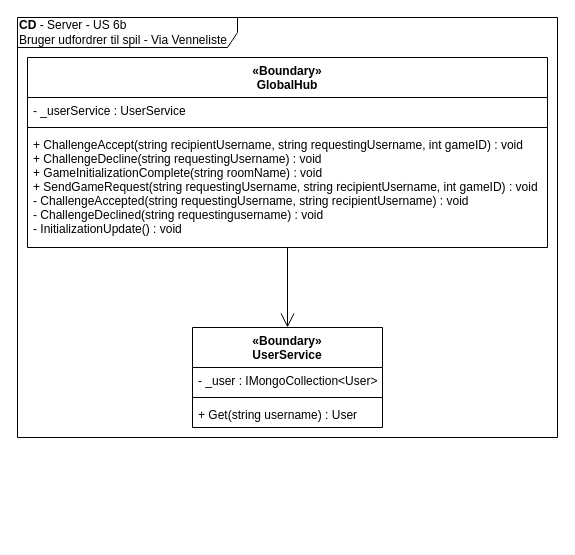
The draw.io diagram page "CD-Server" (3 of 3) of diagrams/arkitektur/US6b_challenge-friendslist.drawio in Macradon/I7BAC-PlugNPlay, before the edit. Source tidied: cells renumbered, new cells numbered last; positions are measured from the earlier drawing's top-left corner, leaving out a move shared by most shapes. Both pictures are drawn from the tidied source at 100%, with x=0, y=0 at pixel (17, 17).
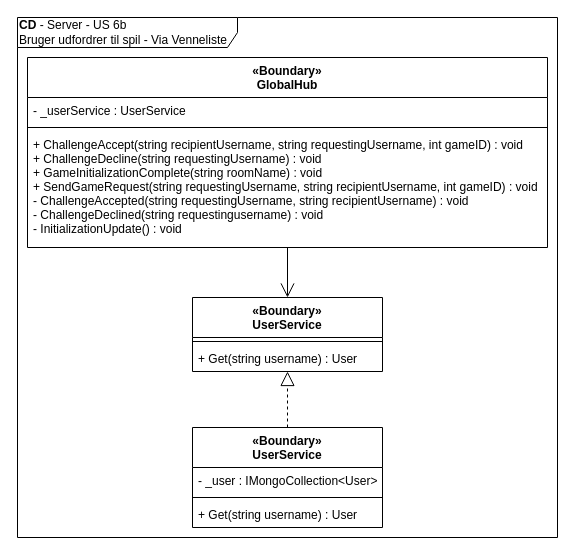
The same diagram, later.

Change to the diagram source:
```diff
@@
 <mxGraphModel>
   <root>
     <mxCell id="0" />
     <mxCell id="1" parent="0" />
     <mxCell id="2" value="&lt;b&gt;CD&lt;/b&gt;&amp;nbsp;- Server&amp;nbsp;- US 6b&lt;br&gt;Bruger udfordrer til spil - Via Venneliste" style="shape=umlFrame;whiteSpace=wrap;html=1;labelBackgroundColor=#ffffff;align=left;width=220;height=30;" parent="1" vertex="1">
-      <mxGeometry width="540" height="420" as="geometry" />
+      <mxGeometry width="540" height="520" as="geometry" />
     </mxCell>
-    <mxCell id="3" style="edgeStyle=orthogonalEdgeStyle;rounded=0;jettySize=auto;html=1;endArrow=open;endFill=0;endSize=12;" parent="1" edge="1" source="4" target="8">
+    <mxCell id="3" style="edgeStyle=orthogonalEdgeStyle;rounded=0;jettySize=auto;html=1;endArrow=open;endFill=0;endSize=12;" parent="1" edge="1" source="4" target="13">
       <mxGeometry relative="1" as="geometry" />
     </mxCell>
     <mxCell id="4" value="«Boundary»&#10;GlobalHub" style="swimlane;fontStyle=1;align=center;verticalAlign=top;horizontal=1;startSize=40;" parent="1" vertex="1">
       <mxGeometry x="10" y="40" width="520" height="190" as="geometry" />
     </mxCell>
     <mxCell id="5" value="- _userService : UserService" style="text;strokeColor=none;fillColor=none;align=left;verticalAlign=top;spacingLeft=4;spacingRight=4;overflow=hidden;" parent="4" vertex="1">
       <mxGeometry y="40" width="520" height="26" as="geometry" />
     </mxCell>
     <mxCell id="6" style="line;strokeWidth=1;fillColor=none;align=left;verticalAlign=middle;spacingTop=-1;spacingLeft=3;spacingRight=3;labelPosition=right;" parent="4" vertex="1">
       <mxGeometry y="66" width="520" height="8" as="geometry" />
     </mxCell>
     <mxCell id="7" value="+ ChallengeAccept(string recipientUsername, string requestingUsername, int gameID) : void&#10;+ ChallengeDecline(string requestingUsername) : void&#10;+ GameInitializationComplete(string roomName) : void&#10;+ SendGameRequest(string requestingUsername, string recipientUsername, int gameID) : void&#10;- ChallengeAccepted(string requestingUsername, string recipientUsername) : void&#10;- ChallengeDeclined(string requestingusername) : void&#10;- InitializationUpdate() : void" style="text;strokeColor=none;fillColor=none;align=left;verticalAlign=top;spacingLeft=4;spacingRight=4;overflow=hidden;" parent="4" vertex="1">
       <mxGeometry y="74" width="520" height="116" as="geometry" />
     </mxCell>
+    <mxCell id="12" style="edgeStyle=orthogonalEdgeStyle;rounded=0;jettySize=auto;html=1;endArrow=block;endFill=0;endSize=12;dashed=1;" parent="1" edge="1" source="8" target="13">
+      <mxGeometry relative="1" as="geometry" />
+    </mxCell>
     <mxCell id="8" value="«Boundary»&#10;UserService" style="swimlane;fontStyle=1;align=center;verticalAlign=top;horizontal=1;startSize=40;" parent="1" vertex="1">
-      <mxGeometry x="175" y="310" width="190" height="100" as="geometry" />
+      <mxGeometry x="175" y="410" width="190" height="100" as="geometry" />
     </mxCell>
     <mxCell id="9" value="- _user : IMongoCollection&lt;User&gt;" style="text;strokeColor=none;fillColor=none;align=left;verticalAlign=top;spacingLeft=4;spacingRight=4;overflow=hidden;" parent="8" vertex="1">
       <mxGeometry y="40" width="190" height="26" as="geometry" />
     </mxCell>
     <mxCell id="10" style="line;strokeWidth=1;fillColor=none;align=left;verticalAlign=middle;spacingTop=-1;spacingLeft=3;spacingRight=3;labelPosition=right;" parent="8" vertex="1">
       <mxGeometry y="66" width="190" height="8" as="geometry" />
     </mxCell>
     <mxCell id="11" value="+ Get(string username) : User" style="text;strokeColor=none;fillColor=none;align=left;verticalAlign=top;spacingLeft=4;spacingRight=4;overflow=hidden;" parent="8" vertex="1">
       <mxGeometry y="74" width="190" height="26" as="geometry" />
     </mxCell>
+    <mxCell id="13" value="«Boundary»&#10;UserService" style="swimlane;fontStyle=1;align=center;verticalAlign=top;horizontal=1;startSize=40;" parent="1" vertex="1">
+      <mxGeometry x="175" y="280" width="190" height="74" as="geometry" />
+    </mxCell>
+    <mxCell id="14" style="line;strokeWidth=1;fillColor=none;align=left;verticalAlign=middle;spacingTop=-1;spacingLeft=3;spacingRight=3;labelPosition=right;" parent="13" vertex="1">
+      <mxGeometry y="40" width="190" height="8" as="geometry" />
+    </mxCell>
+    <mxCell id="15" value="+ Get(string username) : User" style="text;strokeColor=none;fillColor=none;align=left;verticalAlign=top;spacingLeft=4;spacingRight=4;overflow=hidden;" parent="13" vertex="1">
+      <mxGeometry y="48" width="190" height="26" as="geometry" />
+    </mxCell>
   </root>
 </mxGraphModel>
```
